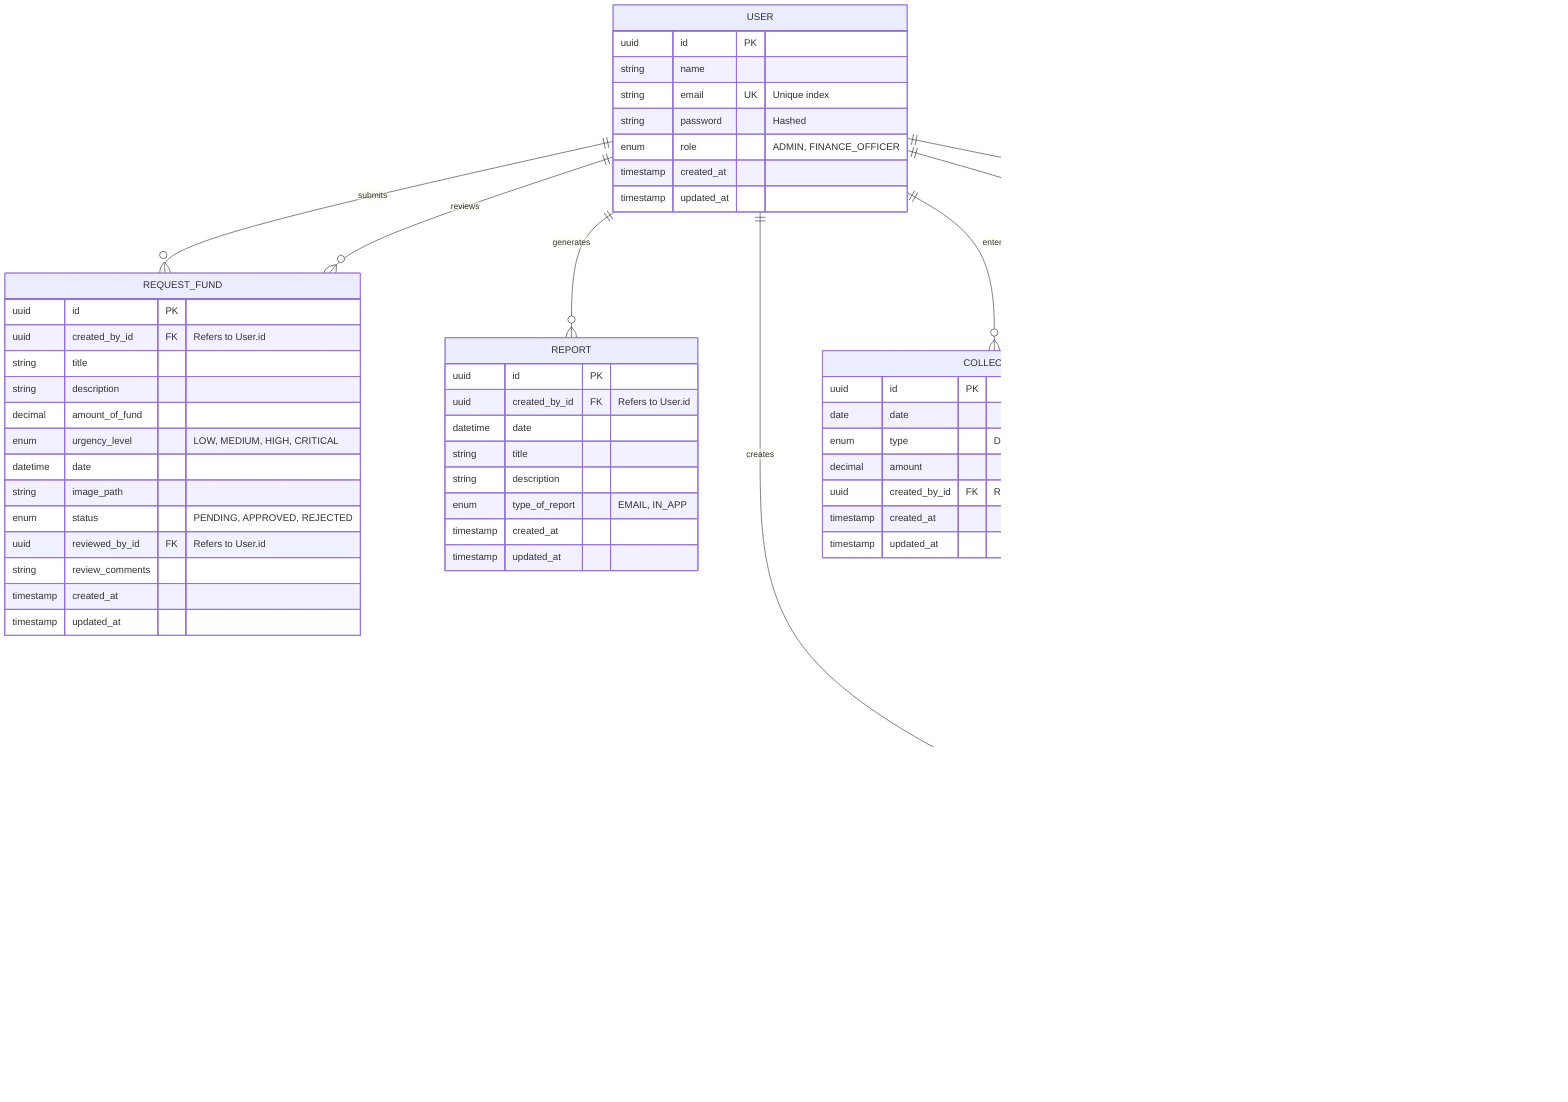
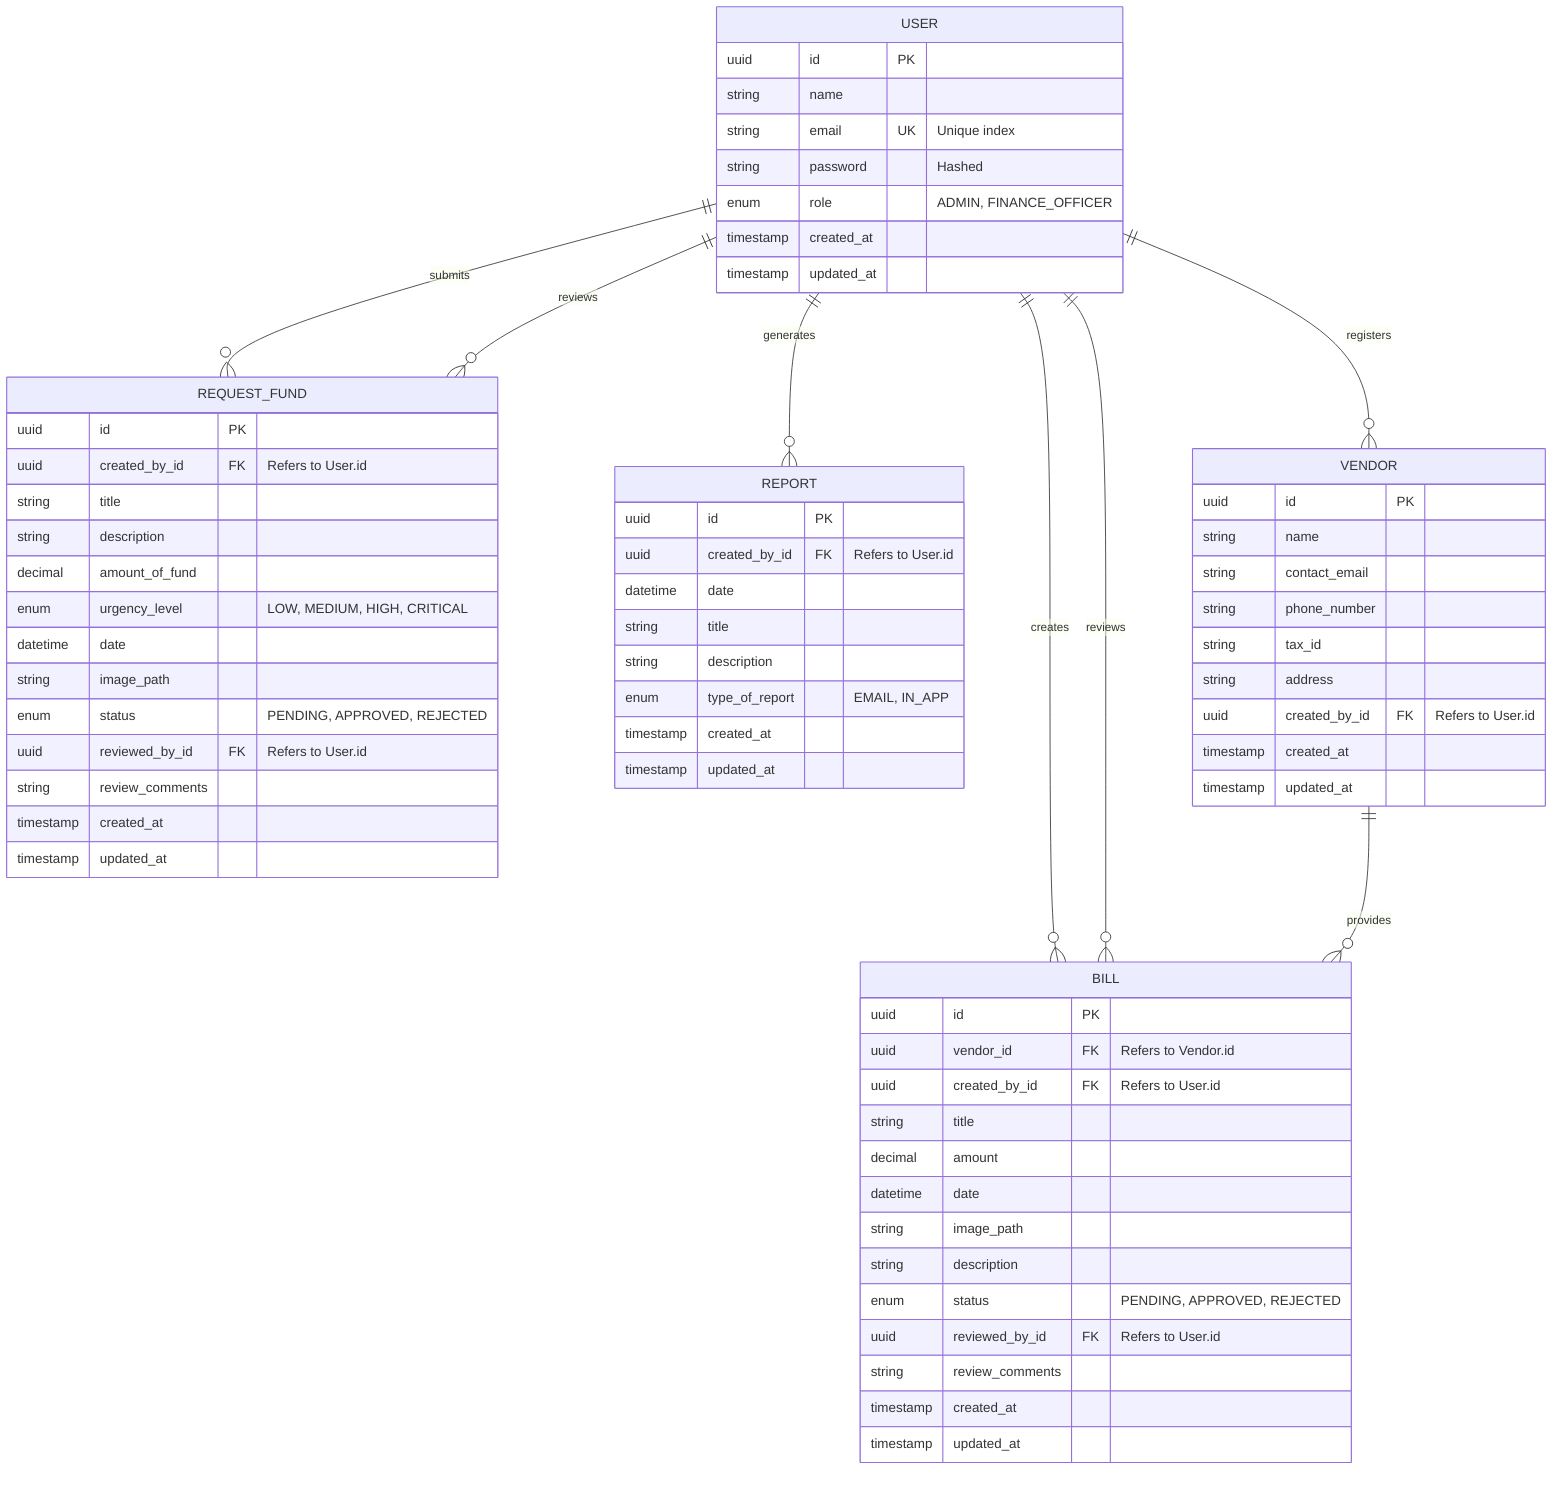
erDiagram
    %% Relationships
    USER ||--o{ BILL : "creates"
    USER ||--o{ REQUEST_FUND : "submits"
    USER ||--o{ REPORT : "generates"
    USER ||--o{ VENDOR : "registers"
-     USER ||--o{ COLLECTION : "enters"
    USER ||--o{ BILL : "reviews"
    USER ||--o{ REQUEST_FUND : "reviews"
    VENDOR ||--o{ BILL : "provides"

    %% Tables
    USER {
        uuid id PK
        string name
        string email UK "Unique index"
        string password "Hashed"
        enum role "ADMIN, FINANCE_OFFICER"
        timestamp created_at
        timestamp updated_at
    }

    VENDOR {
        uuid id PK
        string name
        string contact_email
        string phone_number
        string tax_id
        string address
        uuid created_by_id FK "Refers to User.id"
        timestamp created_at
        timestamp updated_at
    }

    BILL {
        uuid id PK
        uuid vendor_id FK "Refers to Vendor.id"
        uuid created_by_id FK "Refers to User.id"
        string title
        decimal amount
-         decimal tax
        datetime date
        string image_path
        string description
        enum status "PENDING, APPROVED, REJECTED"
        uuid reviewed_by_id FK "Refers to User.id"
        string review_comments
        timestamp created_at
        timestamp updated_at
    }

    REQUEST_FUND {
        uuid id PK
        uuid created_by_id FK "Refers to User.id"
        string title
        string description
        decimal amount_of_fund
        enum urgency_level "LOW, MEDIUM, HIGH, CRITICAL"
        datetime date
        string image_path
        enum status "PENDING, APPROVED, REJECTED"
        uuid reviewed_by_id FK "Refers to User.id"
        string review_comments
        timestamp created_at
        timestamp updated_at
    }

-     COLLECTION {
-         uuid id PK
-         date date
-         enum type "DAILY, WEEKLY, MONTHLY, ANNUAL"
-         decimal amount
-         uuid created_by_id FK "Refers to User.id"
-         timestamp created_at
-         timestamp updated_at
-     }
- 
    REPORT {
        uuid id PK
        uuid created_by_id FK "Refers to User.id"
        datetime date
        string title
        string description
        enum type_of_report "EMAIL, IN_APP"
        timestamp created_at
        timestamp updated_at
    }
